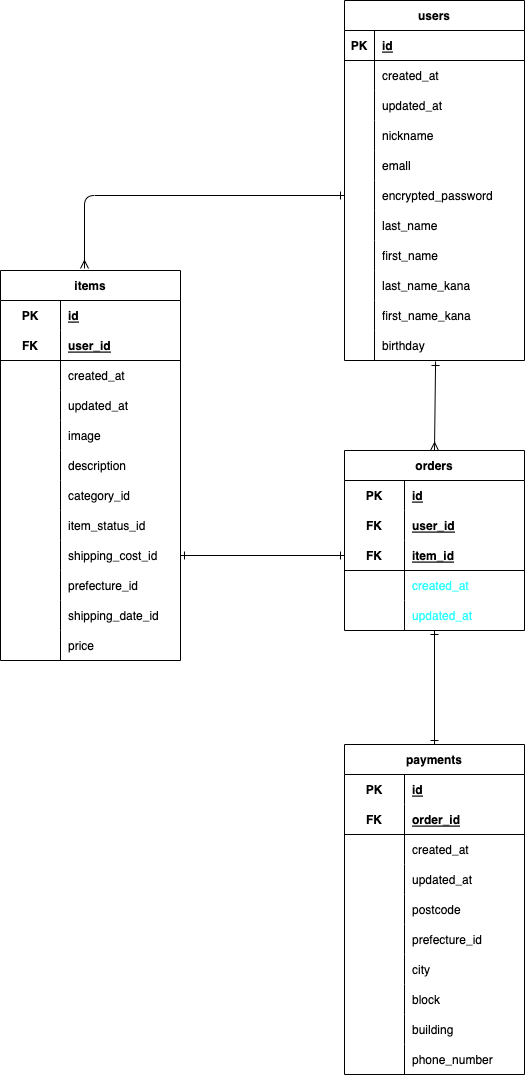
Earlier version of the draw.io export .drawio.png (matsuoyuki2101/furima-39002). Source tidied: cells renumbered, new cells last; positions are measured from the earlier drawing's top-left corner, leaving out a move shared by most shapes.
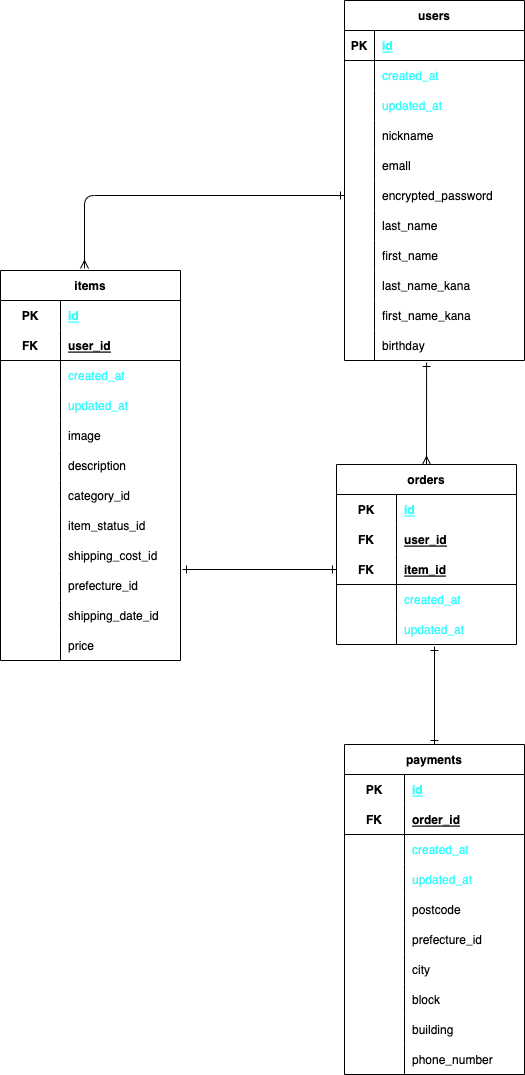
Above is the later version.

Change to the diagram source:
```diff
@@ -11,7 +11,7 @@
     <mxCell id="4" value="PK" style="shape=partialRectangle;fillColor=none;top=0;left=0;bottom=0;right=0;fontStyle=1;overflow=hidden;" parent="3" vertex="1">
       <mxGeometry width="30" height="30" as="geometry" />
     </mxCell>
-    <mxCell id="5" value="id" style="shape=partialRectangle;fillColor=none;top=0;left=0;bottom=0;right=0;align=left;spacingLeft=6;fontStyle=5;overflow=hidden;" parent="3" vertex="1">
+    <mxCell id="5" value="id" style="shape=partialRectangle;fillColor=none;top=0;left=0;bottom=0;right=0;align=left;spacingLeft=6;fontStyle=5;overflow=hidden;fontColor=#33FFFF;" parent="3" vertex="1">
       <mxGeometry x="30" width="150" height="30" as="geometry" />
     </mxCell>
     <mxCell id="6" style="shape=tableRow;horizontal=0;startSize=0;swimlaneHead=0;swimlaneBody=0;fillColor=none;top=0;left=0;right=0;bottom=0;" parent="2" vertex="1">
@@ -20,7 +20,7 @@
     <mxCell id="7" style="shape=partialRectangle;fillColor=none;top=0;left=0;bottom=0;right=0;overflow=hidden;" parent="6" vertex="1">
       <mxGeometry width="30" height="30" as="geometry" />
     </mxCell>
-    <mxCell id="8" value="created_at" style="shape=partialRectangle;fillColor=none;top=0;left=0;bottom=0;right=0;align=left;spacingLeft=6;overflow=hidden;" parent="6" vertex="1">
+    <mxCell id="8" value="created_at" style="shape=partialRectangle;fillColor=none;top=0;left=0;bottom=0;right=0;align=left;spacingLeft=6;overflow=hidden;fontColor=#33FFFF;" parent="6" vertex="1">
       <mxGeometry x="30" width="150" height="30" as="geometry" />
     </mxCell>
     <mxCell id="9" style="shape=tableRow;horizontal=0;startSize=0;swimlaneHead=0;swimlaneBody=0;fillColor=none;top=0;left=0;right=0;bottom=0;" parent="2" vertex="1">
@@ -29,7 +29,7 @@
     <mxCell id="10" style="shape=partialRectangle;fillColor=none;top=0;left=0;bottom=0;right=0;overflow=hidden;" parent="9" vertex="1">
       <mxGeometry width="30" height="30" as="geometry" />
     </mxCell>
-    <mxCell id="11" value="updated_at" style="shape=partialRectangle;fillColor=none;top=0;left=0;bottom=0;right=0;align=left;spacingLeft=6;overflow=hidden;" parent="9" vertex="1">
+    <mxCell id="11" value="updated_at" style="shape=partialRectangle;fillColor=none;top=0;left=0;bottom=0;right=0;align=left;spacingLeft=6;overflow=hidden;fontColor=#33FFFF;" parent="9" vertex="1">
       <mxGeometry x="30" width="150" height="30" as="geometry" />
     </mxCell>
     <mxCell id="12" style="shape=tableRow;horizontal=0;startSize=0;swimlaneHead=0;swimlaneBody=0;fillColor=none;top=0;left=0;right=0;bottom=0;" parent="2" vertex="1">
@@ -113,7 +113,7 @@
     <mxCell id="38" value="PK" style="shape=partialRectangle;fillColor=none;top=0;left=0;bottom=0;right=0;fontStyle=1;overflow=hidden;" parent="37" vertex="1">
       <mxGeometry width="60" height="30" as="geometry" />
     </mxCell>
-    <mxCell id="39" value="id" style="shape=partialRectangle;fillColor=none;top=0;left=0;bottom=0;right=0;align=left;spacingLeft=6;fontStyle=5;overflow=hidden;" parent="37" vertex="1">
+    <mxCell id="39" value="id" style="shape=partialRectangle;fillColor=none;top=0;left=0;bottom=0;right=0;align=left;spacingLeft=6;fontStyle=5;overflow=hidden;fontColor=#33FFFF;" parent="37" vertex="1">
       <mxGeometry x="60" width="120" height="30" as="geometry" />
     </mxCell>
     <mxCell id="40" style="shape=tableRow;horizontal=0;startSize=0;swimlaneHead=0;swimlaneBody=0;fillColor=none;top=0;left=0;right=0;bottom=1;" parent="36" vertex="1">
@@ -131,7 +131,7 @@
     <mxCell id="44" style="shape=partialRectangle;fillColor=none;top=0;left=0;bottom=0;right=0;overflow=hidden;" parent="43" vertex="1">
       <mxGeometry width="60" height="30" as="geometry" />
     </mxCell>
-    <mxCell id="45" value="created_at" style="shape=partialRectangle;fillColor=none;top=0;left=0;bottom=0;right=0;align=left;spacingLeft=6;overflow=hidden;" parent="43" vertex="1">
+    <mxCell id="45" value="created_at" style="shape=partialRectangle;fillColor=none;top=0;left=0;bottom=0;right=0;align=left;spacingLeft=6;overflow=hidden;fontColor=#33FFFF;" parent="43" vertex="1">
       <mxGeometry x="60" width="120" height="30" as="geometry" />
     </mxCell>
     <mxCell id="46" style="shape=tableRow;horizontal=0;startSize=0;swimlaneHead=0;swimlaneBody=0;fillColor=none;top=0;left=0;right=0;bottom=0;" parent="36" vertex="1">
@@ -140,7 +140,7 @@
     <mxCell id="47" style="shape=partialRectangle;fillColor=none;top=0;left=0;bottom=0;right=0;overflow=hidden;" parent="46" vertex="1">
       <mxGeometry width="60" height="30" as="geometry" />
     </mxCell>
-    <mxCell id="48" value="updated_at" style="shape=partialRectangle;fillColor=none;top=0;left=0;bottom=0;right=0;align=left;spacingLeft=6;overflow=hidden;" parent="46" vertex="1">
+    <mxCell id="48" value="updated_at" style="shape=partialRectangle;fillColor=none;top=0;left=0;bottom=0;right=0;align=left;spacingLeft=6;overflow=hidden;fontColor=#33FFFF;" parent="46" vertex="1">
       <mxGeometry x="60" width="120" height="30" as="geometry" />
     </mxCell>
     <mxCell id="49" style="shape=tableRow;horizontal=0;startSize=0;swimlaneHead=0;swimlaneBody=0;fillColor=none;top=0;left=0;right=0;bottom=0;" parent="36" vertex="1">
@@ -215,8 +215,10 @@
     <mxCell id="72" value="price" style="shape=partialRectangle;fillColor=none;top=0;left=0;bottom=0;right=0;align=left;spacingLeft=6;overflow=hidden;" parent="70" vertex="1">
       <mxGeometry x="60" width="120" height="30" as="geometry" />
     </mxCell>
-    <mxCell id="73" style="edgeStyle=none;html=1;exitX=0.5;exitY=0;exitDx=0;exitDy=0;strokeWidth=1;fontColor=#33FFFF;startArrow=ERone;startFill=0;endArrow=ERone;endFill=0;elbow=vertical;" parent="1" edge="1" source="74" target="119">
-      <mxGeometry relative="1" as="geometry" />
+    <mxCell id="73" style="edgeStyle=none;html=1;exitX=0.5;exitY=0;exitDx=0;exitDy=0;strokeWidth=1;fontColor=#33FFFF;startArrow=ERone;startFill=0;endArrow=ERone;endFill=0;elbow=vertical;" parent="1" edge="1" source="74">
+      <mxGeometry relative="1" as="geometry">
+        <mxPoint x="434" y="646" as="targetPoint" />
+      </mxGeometry>
     </mxCell>
     <mxCell id="74" value="payments" style="shape=table;startSize=30;rowLines=0;fontStyle=1;align=center;" parent="1" vertex="1">
       <mxGeometry x="344" y="744" width="180" height="330" as="geometry" />
@@ -227,7 +229,7 @@
     <mxCell id="76" value="PK" style="shape=partialRectangle;fillColor=none;top=0;left=0;bottom=0;right=0;fontStyle=1;overflow=hidden;" parent="75" vertex="1">
       <mxGeometry width="60" height="30" as="geometry" />
     </mxCell>
-    <mxCell id="77" value="id" style="shape=partialRectangle;fillColor=none;top=0;left=0;bottom=0;right=0;align=left;spacingLeft=6;fontStyle=5;overflow=hidden;" parent="75" vertex="1">
+    <mxCell id="77" value="id" style="shape=partialRectangle;fillColor=none;top=0;left=0;bottom=0;right=0;align=left;spacingLeft=6;fontStyle=5;overflow=hidden;fontColor=#33FFFF;" parent="75" vertex="1">
       <mxGeometry x="60" width="120" height="30" as="geometry" />
     </mxCell>
     <mxCell id="78" style="shape=tableRow;horizontal=0;startSize=0;swimlaneHead=0;swimlaneBody=0;fillColor=none;top=0;left=0;right=0;bottom=1;" parent="74" vertex="1">
@@ -245,7 +247,7 @@
     <mxCell id="82" style="shape=partialRectangle;fillColor=none;top=0;left=0;bottom=0;right=0;overflow=hidden;" parent="81" vertex="1">
       <mxGeometry width="60" height="30" as="geometry" />
     </mxCell>
-    <mxCell id="83" value="created_at" style="shape=partialRectangle;fillColor=none;top=0;left=0;bottom=0;right=0;align=left;spacingLeft=6;overflow=hidden;" parent="81" vertex="1">
+    <mxCell id="83" value="created_at" style="shape=partialRectangle;fillColor=none;top=0;left=0;bottom=0;right=0;align=left;spacingLeft=6;overflow=hidden;fontColor=#33FFFF;" parent="81" vertex="1">
       <mxGeometry x="60" width="120" height="30" as="geometry" />
     </mxCell>
     <mxCell id="84" style="shape=tableRow;horizontal=0;startSize=0;swimlaneHead=0;swimlaneBody=0;fillColor=none;top=0;left=0;right=0;bottom=0;" parent="74" vertex="1">
@@ -254,7 +256,7 @@
     <mxCell id="85" style="shape=partialRectangle;fillColor=none;top=0;left=0;bottom=0;right=0;overflow=hidden;" parent="84" vertex="1">
       <mxGeometry width="60" height="30" as="geometry" />
     </mxCell>
-    <mxCell id="86" value="updated_at" style="shape=partialRectangle;fillColor=none;top=0;left=0;bottom=0;right=0;align=left;spacingLeft=6;overflow=hidden;" parent="84" vertex="1">
+    <mxCell id="86" value="updated_at" style="shape=partialRectangle;fillColor=none;top=0;left=0;bottom=0;right=0;align=left;spacingLeft=6;overflow=hidden;fontColor=#33FFFF;" parent="84" vertex="1">
       <mxGeometry x="60" width="120" height="30" as="geometry" />
     </mxCell>
     <mxCell id="87" style="shape=tableRow;horizontal=0;startSize=0;swimlaneHead=0;swimlaneBody=0;fillColor=none;top=0;left=0;right=0;bottom=0;" parent="74" vertex="1">
@@ -311,11 +313,11 @@
     <mxCell id="104" value="phone_number" style="shape=partialRectangle;fillColor=none;top=0;left=0;bottom=0;right=0;align=left;spacingLeft=6;overflow=hidden;" parent="102" vertex="1">
       <mxGeometry x="60" width="120" height="30" as="geometry" />
     </mxCell>
-    <mxCell id="105" style="html=1;exitX=0.5;exitY=0;exitDx=0;exitDy=0;entryX=0.506;entryY=1.033;entryDx=0;entryDy=0;entryPerimeter=0;strokeWidth=1;fontColor=#33FFFF;startArrow=ERmany;startFill=0;endArrow=ERone;endFill=0;elbow=vertical;" parent="1" edge="1" source="106" target="33">
+    <mxCell id="105" style="html=1;exitX=0.5;exitY=0;exitDx=0;exitDy=0;entryX=0.456;entryY=1.067;entryDx=0;entryDy=0;entryPerimeter=0;strokeWidth=1;fontColor=#33FFFF;startArrow=ERmany;startFill=0;endArrow=ERone;endFill=0;elbow=vertical;" parent="1" edge="1" source="106" target="33">
       <mxGeometry relative="1" as="geometry" />
     </mxCell>
     <mxCell id="106" value="orders" style="shape=table;startSize=30;rowLines=0;fontStyle=1;align=center;" parent="1" vertex="1">
-      <mxGeometry x="344" y="450" width="180" height="180" as="geometry" />
+      <mxGeometry x="336" y="464" width="180" height="180" as="geometry" />
     </mxCell>
     <mxCell id="107" style="shape=tableRow;horizontal=0;startSize=0;swimlaneHead=0;swimlaneBody=0;fillColor=none;top=0;left=0;right=0;bottom=0;" parent="106" vertex="1">
       <mxGeometry y="30" width="180" height="30" as="geometry" />
@@ -323,7 +325,7 @@
     <mxCell id="108" value="PK" style="shape=partialRectangle;fillColor=none;top=0;left=0;bottom=0;right=0;fontStyle=1;overflow=hidden;" parent="107" vertex="1">
       <mxGeometry width="60" height="30" as="geometry" />
     </mxCell>
-    <mxCell id="109" value="id" style="shape=partialRectangle;fillColor=none;top=0;left=0;bottom=0;right=0;align=left;spacingLeft=6;fontStyle=5;overflow=hidden;" parent="107" vertex="1">
+    <mxCell id="109" value="id" style="shape=partialRectangle;fillColor=none;top=0;left=0;bottom=0;right=0;align=left;spacingLeft=6;fontStyle=5;overflow=hidden;fontColor=#33FFFF;" parent="107" vertex="1">
       <mxGeometry x="60" width="120" height="30" as="geometry" />
     </mxCell>
     <mxCell id="110" style="shape=tableRow;horizontal=0;startSize=0;swimlaneHead=0;swimlaneBody=0;fillColor=none;top=0;left=0;right=0;bottom=0;" parent="106" vertex="1">
@@ -367,8 +369,10 @@
         <mxPoint x="84" y="268" as="targetPoint" />
       </mxGeometry>
     </mxCell>
-    <mxCell id="123" style="edgeStyle=none;html=1;exitX=0;exitY=0.5;exitDx=0;exitDy=0;entryX=1;entryY=0.5;entryDx=0;entryDy=0;strokeWidth=1;fontColor=#33FFFF;startArrow=ERone;startFill=0;endArrow=ERone;endFill=0;elbow=vertical;" parent="1" edge="1" source="113" target="61">
-      <mxGeometry relative="1" as="geometry" />
+    <mxCell id="123" style="edgeStyle=none;html=1;exitX=0;exitY=0.5;exitDx=0;exitDy=0;strokeWidth=1;fontColor=#33FFFF;startArrow=ERone;startFill=0;endArrow=ERone;endFill=0;elbow=vertical;" parent="1" edge="1" source="113">
+      <mxGeometry relative="1" as="geometry">
+        <mxPoint x="182" y="569" as="targetPoint" />
+      </mxGeometry>
     </mxCell>
   </root>
 </mxGraphModel>
```
